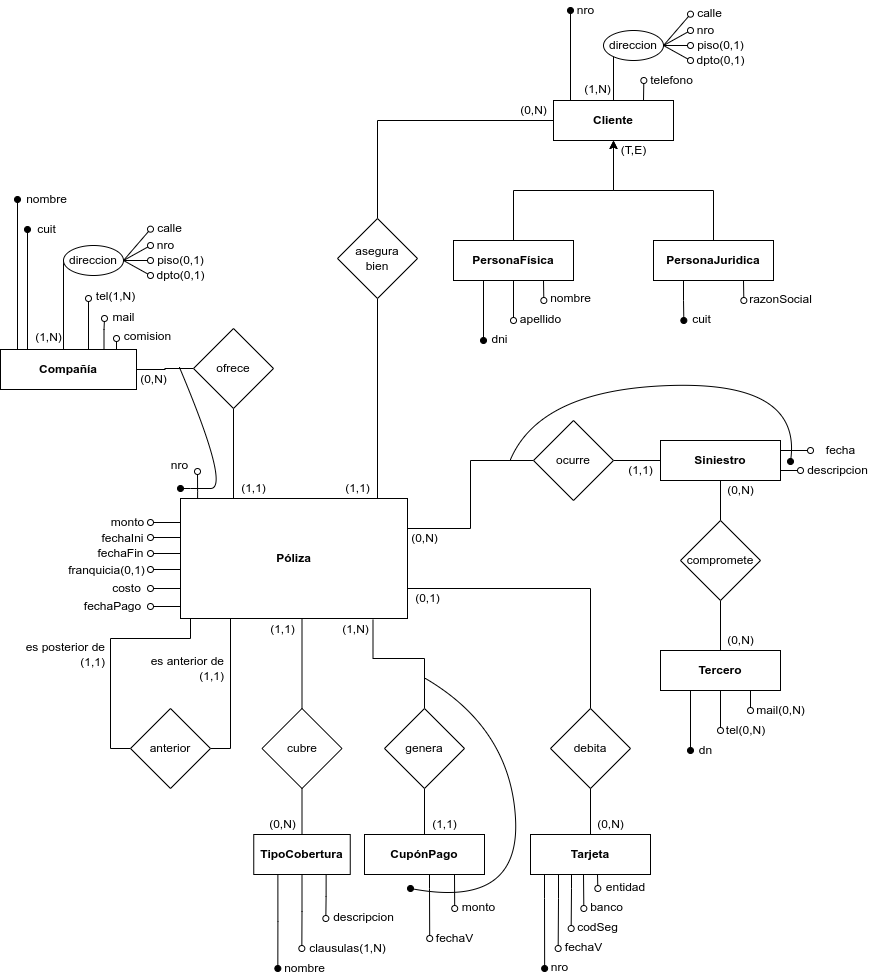
Earlier version of the draw.io export BD/BD - Práctica 1 - Ej 4.drawio.png (sergiocld99/unlp-tramo-final). Source tidied: cells renumbered, new cells last; positions are measured from the earlier drawing's top-left corner, leaving out a move shared by most shapes.
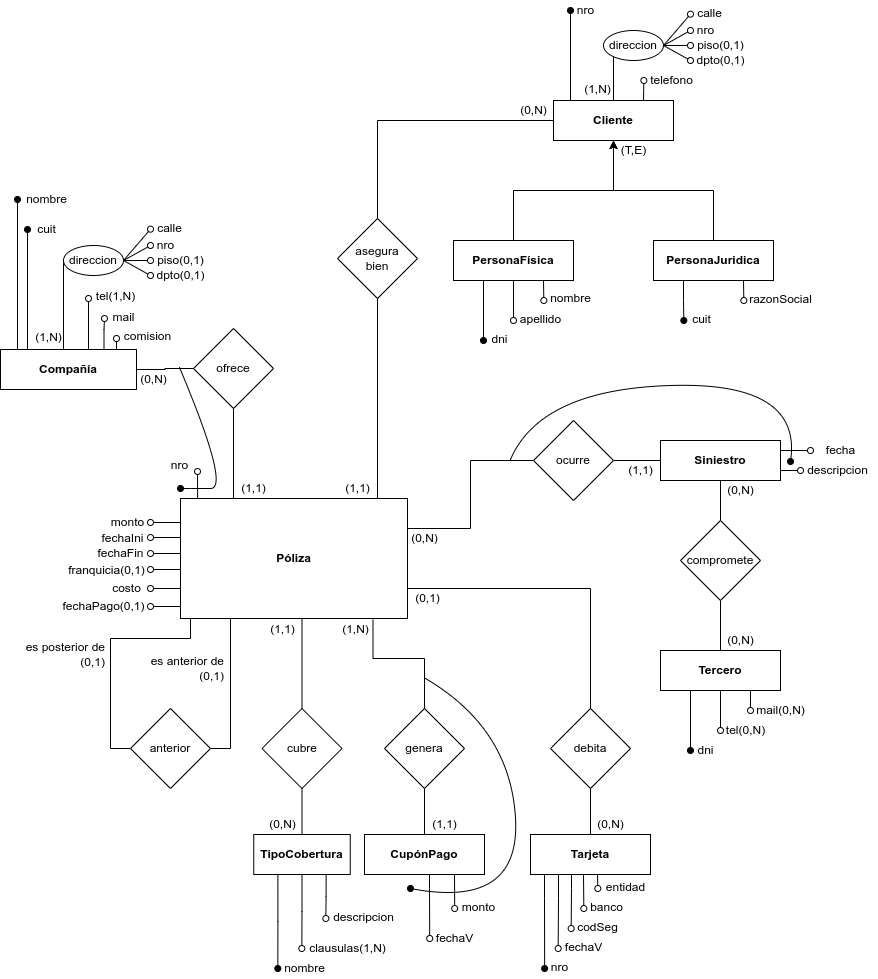
Later version of the same file.

Commit message:
Poliza anterior y posterior opcionales

Diff of the diagram source:
```diff
@@ -316,10 +316,10 @@
     <mxCell id="68" value="(0,N)" style="text;html=1;align=center;verticalAlign=middle;points=[];strokeColor=none;fillColor=none;" parent="1" vertex="1">
       <mxGeometry x="133" y="369" width="40" height="20" as="geometry" />
     </mxCell>
-    <mxCell id="69" value="es anterior de&lt;br&gt;(1,1)" style="text;html=1;align=right;verticalAlign=middle;strokeColor=none;fillColor=none;rotation=0;" parent="1" vertex="1">
+    <mxCell id="69" value="es anterior de&lt;br&gt;(0,1)" style="text;html=1;align=right;verticalAlign=middle;strokeColor=none;fillColor=none;rotation=0;" parent="1" vertex="1">
       <mxGeometry x="135" y="653" width="90" height="30" as="geometry" />
     </mxCell>
-    <mxCell id="70" value="es posterior de&lt;br&gt;(1,1)" style="text;html=1;align=right;verticalAlign=middle;strokeColor=none;fillColor=none;" parent="1" vertex="1">
+    <mxCell id="70" value="es posterior de&lt;br&gt;(0,1)" style="text;html=1;align=right;verticalAlign=middle;strokeColor=none;fillColor=none;" parent="1" vertex="1">
       <mxGeometry x="16" y="639" width="90" height="30" as="geometry" />
     </mxCell>
     <mxCell id="71" value="(1,1)" style="text;html=1;align=center;verticalAlign=middle;strokeColor=none;fillColor=none;" parent="1" vertex="1">
@@ -388,8 +388,8 @@
     <mxCell id="87" value="costo" style="text;html=1;align=center;verticalAlign=middle;strokeColor=none;fillColor=none;" parent="1" vertex="1">
       <mxGeometry x="106" y="578" width="40" height="20" as="geometry" />
     </mxCell>
-    <mxCell id="88" value="fechaPago" style="text;html=1;align=center;verticalAlign=middle;strokeColor=none;fillColor=none;" parent="1" vertex="1">
-      <mxGeometry x="77" y="596" width="70" height="20" as="geometry" />
+    <mxCell id="88" value="fechaPago(0,1)" style="text;html=1;align=center;verticalAlign=middle;strokeColor=none;fillColor=none;" parent="1" vertex="1">
+      <mxGeometry x="53" y="596" width="100" height="20" as="geometry" />
     </mxCell>
     <mxCell id="89" style="edgeStyle=orthogonalEdgeStyle;rounded=0;orthogonalLoop=1;jettySize=auto;html=1;exitX=0;exitY=0.25;exitDx=0;exitDy=0;endArrow=oval;endFill=0;" parent="1" edge="1">
       <mxGeometry relative="1" as="geometry">
@@ -452,7 +452,7 @@
     <mxCell id="105" value="tel(0,N)" style="text;html=1;align=center;verticalAlign=middle;strokeColor=none;fillColor=none;" parent="1" vertex="1">
       <mxGeometry x="720" y="720" width="50" height="20" as="geometry" />
     </mxCell>
-    <mxCell id="106" value="dn&lt;u&gt;&lt;br&gt;&lt;/u&gt;" style="text;html=1;align=center;verticalAlign=middle;strokeColor=none;fillColor=none;" parent="1" vertex="1">
+    <mxCell id="106" value="dni&lt;u&gt;&lt;br&gt;&lt;/u&gt;" style="text;html=1;align=center;verticalAlign=middle;strokeColor=none;fillColor=none;" parent="1" vertex="1">
       <mxGeometry x="690" y="740" width="30" height="20" as="geometry" />
     </mxCell>
     <mxCell id="107" style="rounded=0;jettySize=auto;html=1;exitX=1;exitY=0.5;exitDx=0;exitDy=0;endArrow=oval;endFill=0;" parent="1" edge="1" source="111">
```
